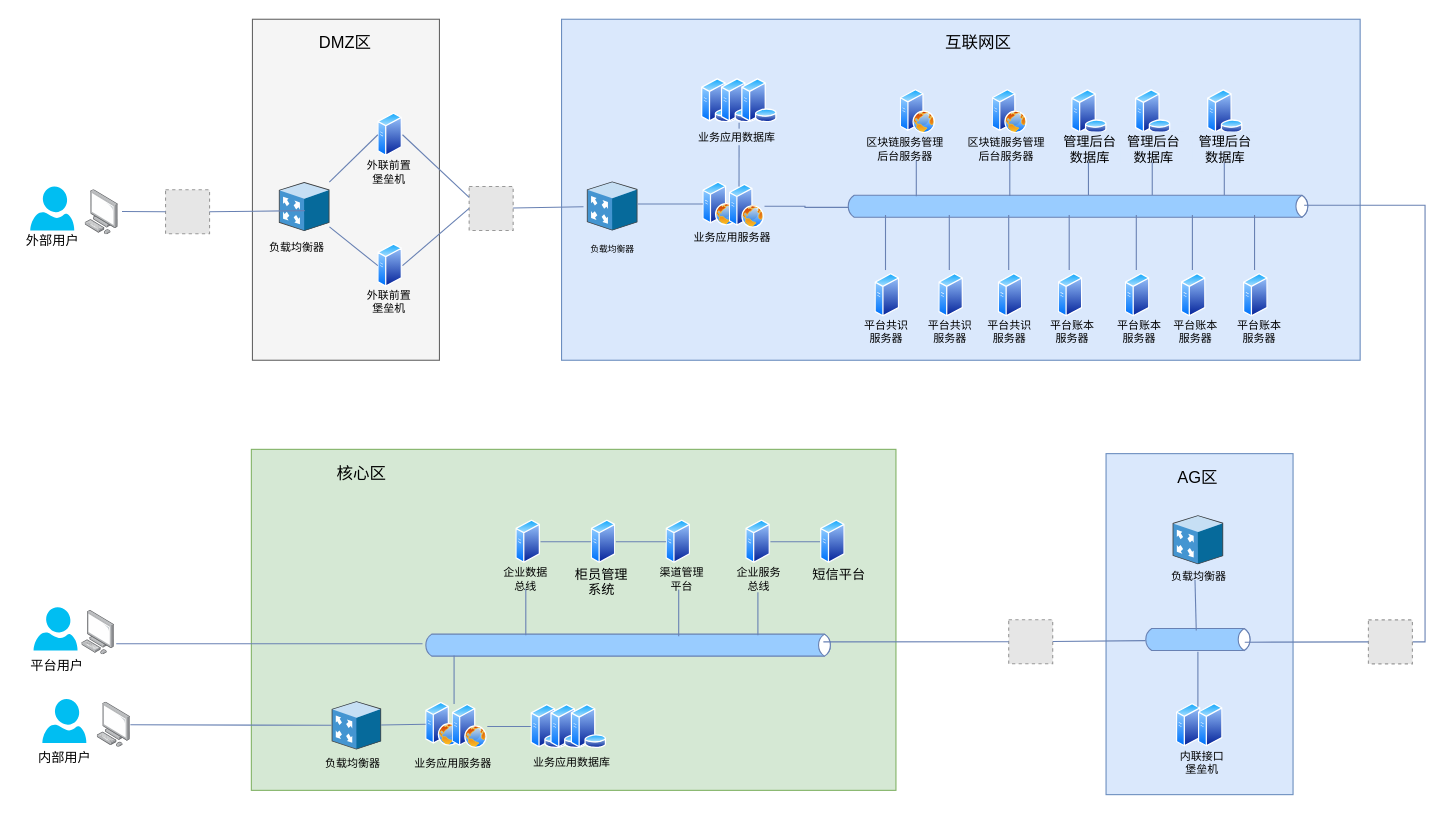
dilide/collections keeps this draw.io diagram as repository/drawio/postb/系统拓扑图.drawio. Above is the earlier version. Source tidied: cells renumbered, new cells numbered last; positions are measured from the earlier drawing's top-left corner, leaving out a move shared by most shapes. Both pictures are drawn from the tidied source at 110%, with x=0, y=0 at pixel (19, 19). Pictures stored in the file or linked from it are replaced by grey dashed boxes.
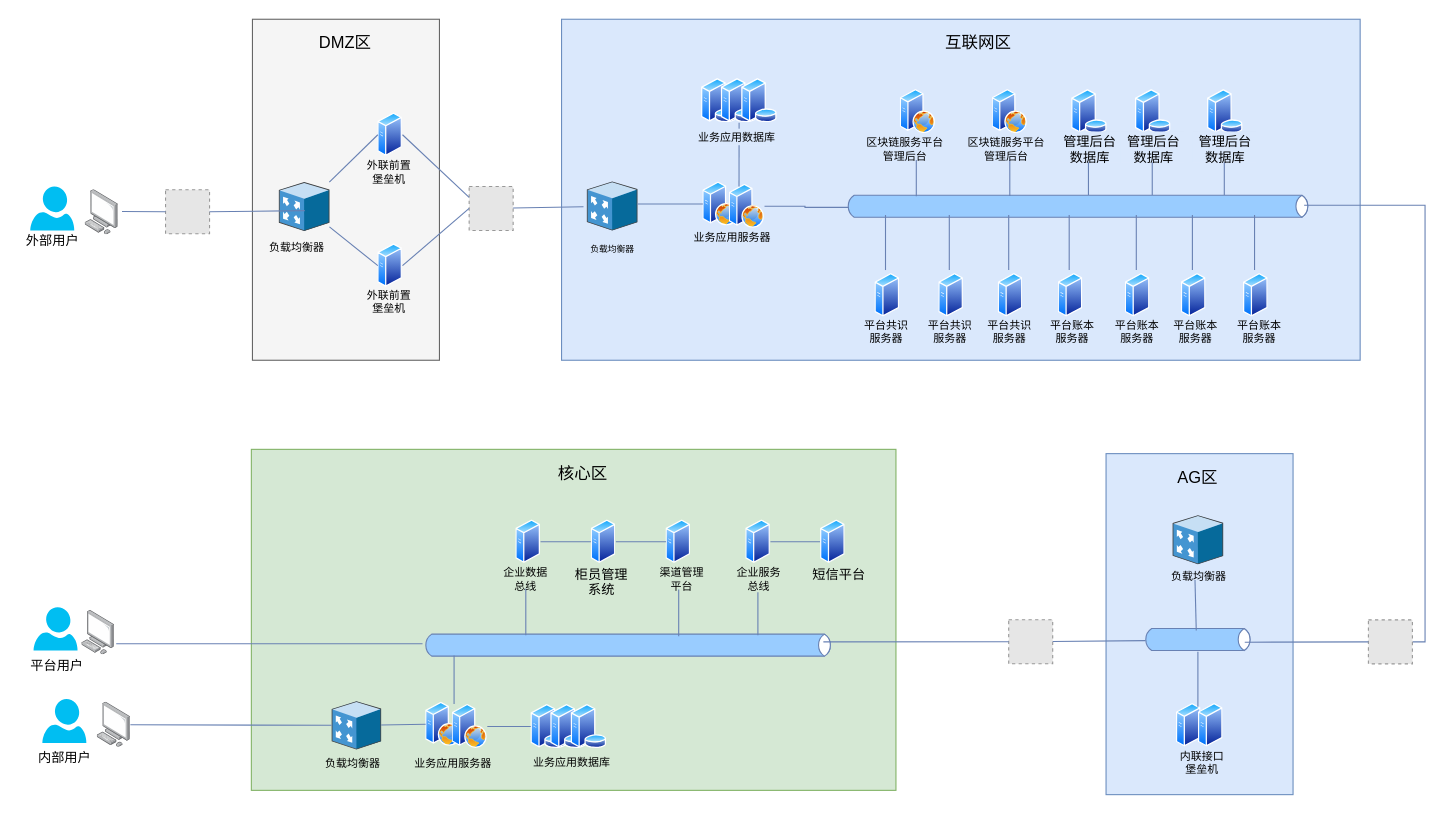
The same page after the edit.

Commit message:
Update 系统拓扑图.drawio

Change to the diagram source:
```diff
@@
-    <mxCell id="30" value="区块链服务管理&lt;br&gt;后台服务器" style="text;html=1;align=center;verticalAlign=top;spacingTop=-4;fontSize=10;fillColor=#DAE8FC;" parent="1" vertex="1">
+    <mxCell id="30" value="区块链服务平台&lt;br&gt;管理后台" style="text;html=1;align=center;verticalAlign=top;spacingTop=-4;fontSize=10;fillColor=#DAE8FC;" parent="1" vertex="1">
       <mxGeometry x="757.5" y="104" width="94" height="24" as="geometry" />
     </mxCell>
@@
     <mxCell id="75" value="&lt;font style=&quot;font-size: 15px&quot;&gt;核心区&lt;/font&gt;" style="text;html=1;align=center;verticalAlign=top;spacingTop=-4;fontSize=12;" parent="1" vertex="1">
-      <mxGeometry x="283" y="401.4" width="55" height="15" as="geometry" />
+      <mxGeometry x="484" y="401.4" width="55" height="15" as="geometry" />
     </mxCell>
@@
-    <mxCell id="98" value="区块链服务管理&lt;br&gt;后台服务器" style="text;html=1;align=center;verticalAlign=top;spacingTop=-4;fontSize=10;fillColor=#DAE8FC;" parent="1" vertex="1">
+    <mxCell id="98" value="区块链服务平台&lt;br&gt;管理后台" style="text;html=1;align=center;verticalAlign=top;spacingTop=-4;fontSize=10;fillColor=#DAE8FC;" parent="1" vertex="1">
       <mxGeometry x="849.5" y="104" width="94" height="24" as="geometry" />
     </mxCell>
@@
     <mxCell id="115" value="平台账本&lt;br&gt;服务器" style="text;html=1;align=center;verticalAlign=top;spacingTop=-4;fontSize=10;" parent="1" vertex="1">
-      <mxGeometry x="988.5" y="270" width="58" height="24" as="geometry" />
+      <mxGeometry x="986.5" y="270" width="58" height="24" as="geometry" />
     </mxCell>
```
